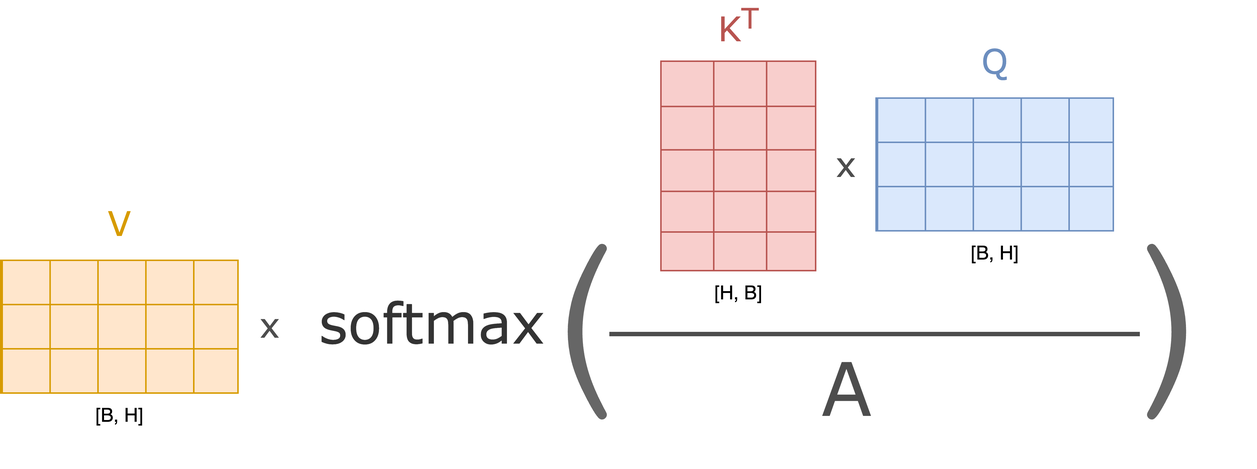
Before: pages/imgs/att_ops.png, a diagram exported from draw.io (LxMLS/lxmls-guide). Source tidied: cells renumbered, new cells last; positions are measured from the earlier drawing's top-left corner, leaving out a move shared by most shapes.
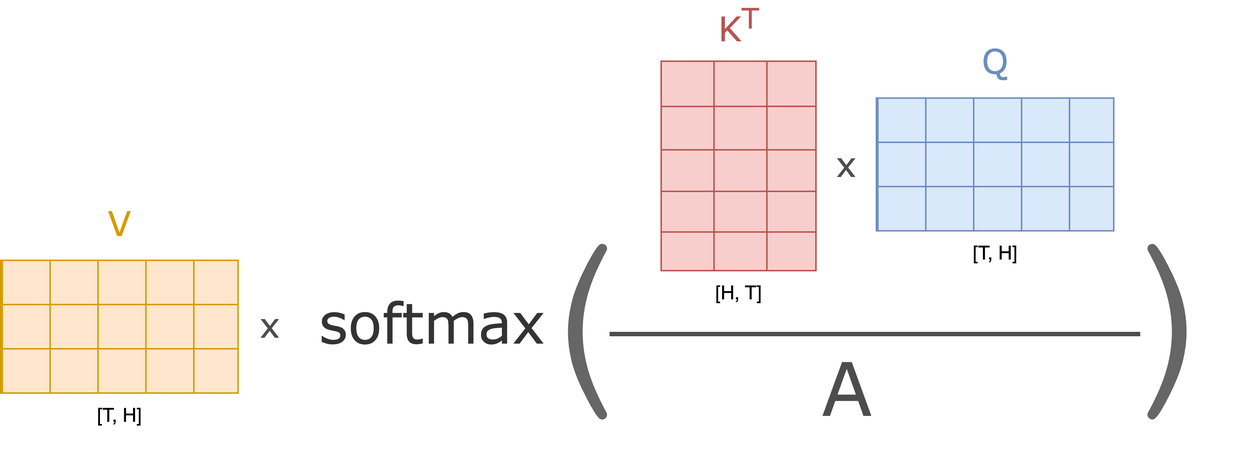
After the commit.

What changed in the source:
```diff
@@ -5,7 +5,7 @@
     <mxCell id="2" value="&lt;font color=&quot;#b85450&quot;&gt;K&lt;sup&gt;T&lt;/sup&gt;&lt;/font&gt;" style="text;html=1;strokeColor=none;fillColor=none;align=center;verticalAlign=middle;whiteSpace=wrap;rounded=0;fontFamily=Verdana;fontSize=23;fontColor=#990000;" parent="1" vertex="1">
       <mxGeometry x="470.5" width="60" height="30" as="geometry" />
     </mxCell>
-    <mxCell id="3" value="[H, B]" style="text;html=1;strokeColor=none;fillColor=none;align=center;verticalAlign=middle;whiteSpace=wrap;rounded=0;fontSize=13;" parent="1" vertex="1">
+    <mxCell id="3" value="[H, T]" style="text;html=1;strokeColor=none;fillColor=none;align=center;verticalAlign=middle;whiteSpace=wrap;rounded=0;fontSize=13;" parent="1" vertex="1">
       <mxGeometry x="480.5" y="182" width="40" height="30" as="geometry" />
     </mxCell>
     <mxCell id="4" style="group;fillColor=#dae8fc;strokeColor=#6c8ebf;" parent="1" vertex="1">
@@ -44,7 +44,7 @@
     <mxCell id="13" value="&lt;font color=&quot;#6c8ebf&quot;&gt;Q&lt;/font&gt;" style="text;html=1;strokeColor=none;fillColor=none;align=center;verticalAlign=middle;whiteSpace=wrap;rounded=0;fontFamily=Verdana;fontSize=23;fontColor=#990000;" parent="1" vertex="1">
       <mxGeometry x="644.5" y="25" width="60" height="30" as="geometry" />
     </mxCell>
-    <mxCell id="14" value="[B, H]" style="text;html=1;strokeColor=none;fillColor=none;align=center;verticalAlign=middle;whiteSpace=wrap;rounded=0;fontSize=13;" parent="1" vertex="1">
+    <mxCell id="14" value="[T, H]" style="text;html=1;strokeColor=none;fillColor=none;align=center;verticalAlign=middle;whiteSpace=wrap;rounded=0;fontSize=13;" parent="1" vertex="1">
       <mxGeometry x="654.5" y="155" width="40" height="30" as="geometry" />
     </mxCell>
     <mxCell id="15" style="group;fillColor=#ffe6cc;strokeColor=#d79b00;" parent="1" vertex="1">
@@ -83,7 +83,7 @@
     <mxCell id="24" value="&lt;font color=&quot;#d79b00&quot;&gt;V&lt;/font&gt;" style="text;html=1;strokeColor=none;fillColor=none;align=center;verticalAlign=middle;whiteSpace=wrap;rounded=0;fontFamily=Verdana;fontSize=23;fontColor=#990000;" parent="1" vertex="1">
       <mxGeometry x="50.5" y="135" width="60" height="30" as="geometry" />
     </mxCell>
-    <mxCell id="25" value="[B, H]" style="text;html=1;strokeColor=none;fillColor=none;align=center;verticalAlign=middle;whiteSpace=wrap;rounded=0;fontSize=13;" parent="1" vertex="1">
+    <mxCell id="25" value="[T, H]" style="text;html=1;strokeColor=none;fillColor=none;align=center;verticalAlign=middle;whiteSpace=wrap;rounded=0;fontSize=13;" parent="1" vertex="1">
       <mxGeometry x="60.5" y="265" width="40" height="30" as="geometry" />
     </mxCell>
     <mxCell id="26" value="x" style="text;html=1;strokeColor=none;fillColor=none;align=center;verticalAlign=middle;whiteSpace=wrap;rounded=0;fontFamily=Verdana;fontSize=23;fontColor=#4D4D4D;" parent="1" vertex="1">
```
